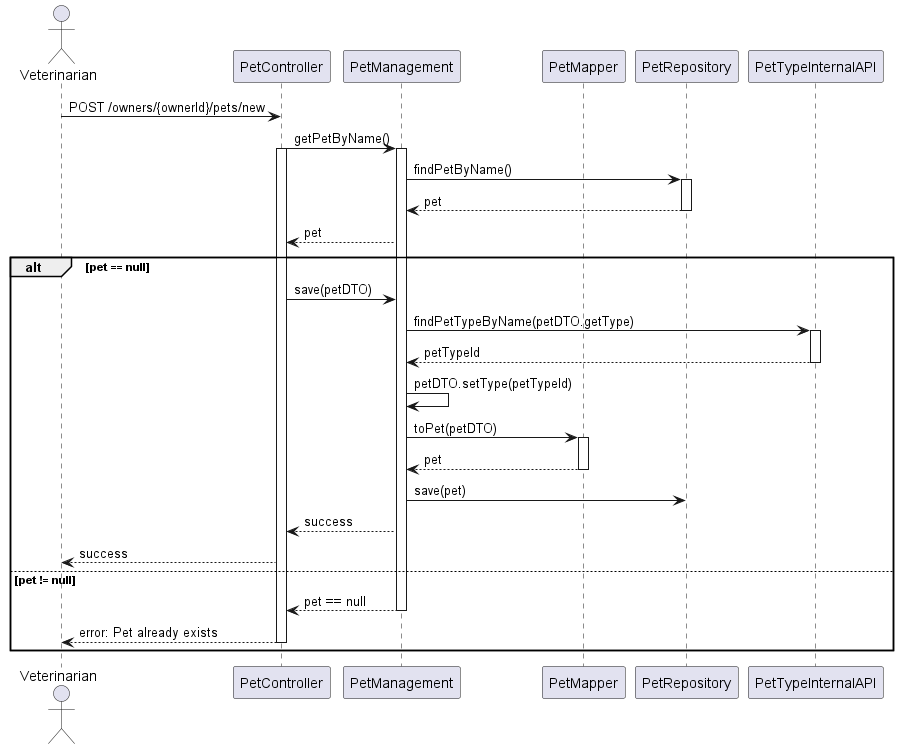
Above: docs/modulith/SD/N3AddPet.png in miguel1211593/spring_modulith (PlantUML), before the change.
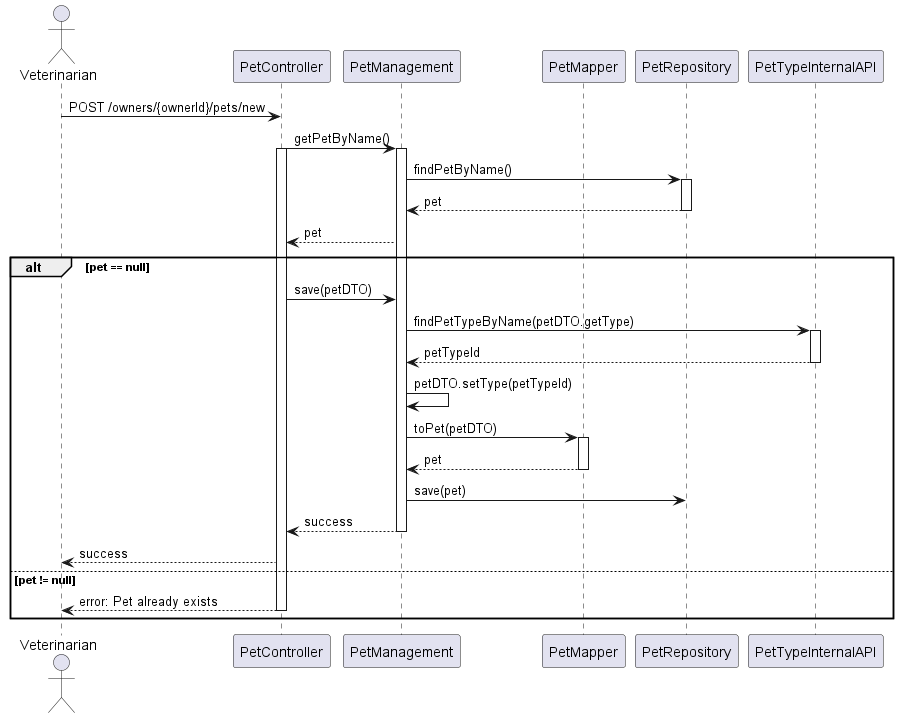
The same file after the commit.

Diff of the diagram source:
```diff
@@ -31,10 +31,9 @@
     deactivate Mapper
     Service -> Repository: save(pet)
     Service --> Controller: success
+    deactivate Service
     Controller --> Veterinarian: success
 else pet != null
-    Service --> Controller: pet == null
-    deactivate Service
     Controller --> Veterinarian: error: Pet already exists
     deactivate Controller
 end
```
